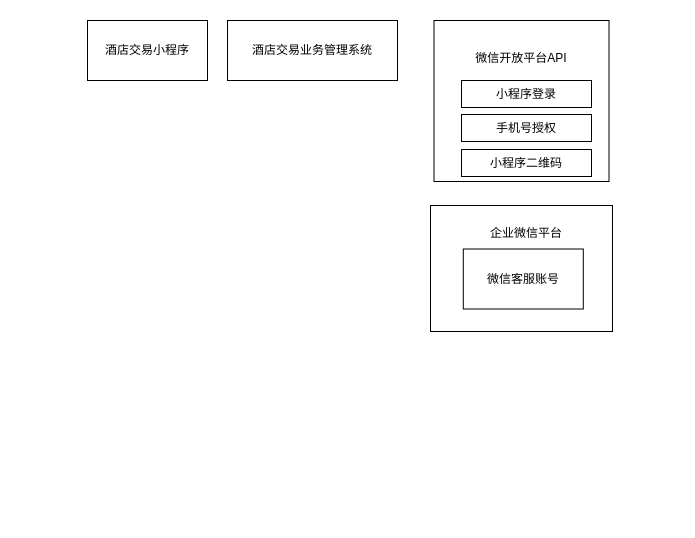
Above: 系统架构图.drawio in kivawjc/decade (draw.io), before the change. Source tidied: cells renumbered, new cells numbered last; positions are measured from the earlier drawing's top-left corner, leaving out a move shared by most shapes. Both pictures are drawn from the tidied source at 100%, with x=0, y=0 at pixel (87, 20). Pictures stored in the file or linked from it are replaced by grey dashed boxes.
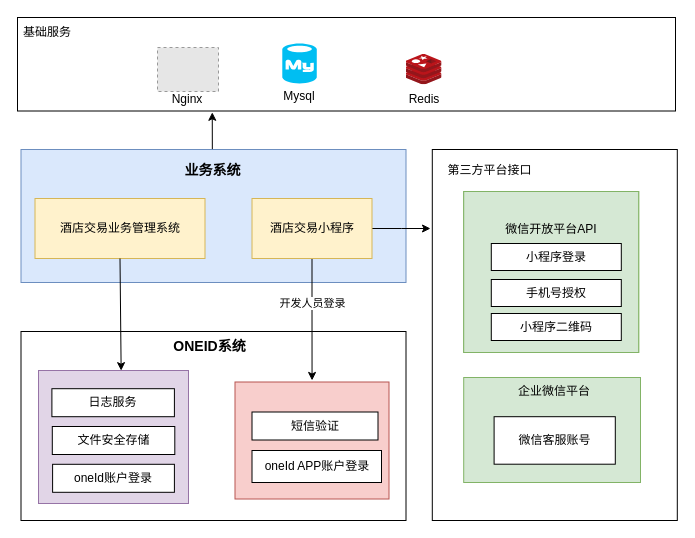
The same diagram, later.

Commit message (it also covers changes not shown here):
更新系统架构图.drawio

Diff of the diagram source:
```diff
@@
-    <mxCell id="2" value="酒店交易业务管理系统" style="rounded=0;whiteSpace=wrap;html=1;" parent="1" vertex="1">
-      <mxGeometry x="140" width="170" height="60" as="geometry" />
-    </mxCell>
-    <mxCell id="3" value="酒店交易小程序" style="rounded=0;whiteSpace=wrap;html=1;" parent="1" vertex="1">
-      <mxGeometry width="120" height="60" as="geometry" />
-    </mxCell>
+    <mxCell id="13" style="rounded=0;whiteSpace=wrap;html=1;" parent="1" vertex="1">
+      <mxGeometry x="-66.5" y="311" width="385" height="189" as="geometry" />
+    </mxCell>
+    <mxCell id="14" style="rounded=0;whiteSpace=wrap;html=1;fillColor=#f8cecc;strokeColor=#b85450;" parent="1" vertex="1">
+      <mxGeometry x="147.5" y="361.5" width="154" height="117" as="geometry" />
+    </mxCell>
+    <mxCell id="15" style="rounded=0;whiteSpace=wrap;html=1;" parent="1" vertex="1">
+      <mxGeometry x="344.8" y="129" width="245" height="371" as="geometry" />
+    </mxCell>
+    <mxCell id="16" style="group;fillColor=#d5e8d4;strokeColor=#82b366;" parent="1" vertex="1">
+      <mxGeometry x="376.2" y="171" width="175" height="161" as="geometry" />
+    </mxCell>
+    <mxCell id="17" value="&lt;font style=&quot;font-size: 14px;&quot;&gt;&lt;b&gt;ONEID系统&lt;/b&gt;&lt;/font&gt;" style="text;html=1;strokeColor=none;fillColor=none;align=center;verticalAlign=middle;whiteSpace=wrap;rounded=0;" parent="1" vertex="1">
+      <mxGeometry x="84" y="311" width="77" height="30" as="geometry" />
+    </mxCell>
+    <mxCell id="18" value="短信验证" style="rounded=0;whiteSpace=wrap;html=1;" parent="1" vertex="1">
+      <mxGeometry x="164.5" y="391.5" width="126" height="28" as="geometry" />
+    </mxCell>
+    <mxCell id="19" value="oneId APP账户登录" style="rounded=0;whiteSpace=wrap;html=1;" parent="1" vertex="1">
+      <mxGeometry x="164.5" y="430" width="129.5" height="32" as="geometry" />
+    </mxCell>
+    <mxCell id="20" value="第三方平台接口" style="text;html=1;strokeColor=none;fillColor=none;align=center;verticalAlign=middle;whiteSpace=wrap;rounded=0;" parent="1" vertex="1">
+      <mxGeometry x="350" y="129" width="105" height="42" as="geometry" />
+    </mxCell>
-    <mxCell id="4" style="rounded=0;whiteSpace=wrap;html=1;" parent="1" vertex="1">
-      <mxGeometry x="346.5" width="175" height="161" as="geometry" />
+    <mxCell id="4" style="rounded=0;whiteSpace=wrap;html=1;fillColor=#d5e8d4;strokeColor=#82b366;" parent="1" vertex="1">
+      <mxGeometry x="376.2" y="171" width="175" height="161" as="geometry" />
     </mxCell>
     <mxCell id="5" value="微信开放平台API" style="text;html=1;strokeColor=none;fillColor=none;align=center;verticalAlign=middle;whiteSpace=wrap;rounded=0;" parent="1" vertex="1">
-      <mxGeometry x="385" y="31" width="98" height="14" as="geometry" />
+      <mxGeometry x="414.8" y="202" width="98" height="14" as="geometry" />
     </mxCell>
     <mxCell id="6" value="小程序登录" style="rounded=0;whiteSpace=wrap;html=1;" parent="1" vertex="1">
-      <mxGeometry x="374" y="60" width="130" height="27" as="geometry" />
+      <mxGeometry x="403.8" y="223" width="130" height="27" as="geometry" />
     </mxCell>
     <mxCell id="7" value="手机号授权" style="rounded=0;whiteSpace=wrap;html=1;" parent="1" vertex="1">
-      <mxGeometry x="374" y="94" width="130" height="27" as="geometry" />
+      <mxGeometry x="403.8" y="259" width="130" height="27" as="geometry" />
     </mxCell>
     <mxCell id="8" value="小程序二维码" style="rounded=0;whiteSpace=wrap;html=1;" parent="1" vertex="1">
-      <mxGeometry x="374" y="129" width="130" height="27" as="geometry" />
+      <mxGeometry x="403.8" y="293" width="130" height="27" as="geometry" />
     </mxCell>
-    <mxCell id="9" style="group;" parent="1" vertex="1">
-      <mxGeometry x="343" y="185" width="182" height="126" as="geometry" />
-    </mxCell>
-    <mxCell id="10" style="rounded=0;whiteSpace=wrap;html=1;" parent="9" vertex="1">
-      <mxGeometry width="182" height="126" as="geometry" />
+    <mxCell id="10" style="rounded=0;whiteSpace=wrap;html=1;fillColor=#d5e8d4;strokeColor=#82b366;" parent="1" vertex="1">
+      <mxGeometry x="376.2" y="357" width="176.8" height="105" as="geometry" />
     </mxCell>
-    <mxCell id="11" value="微信客服账号" style="rounded=0;whiteSpace=wrap;html=1;" parent="9" vertex="1">
-      <mxGeometry x="32.8" y="43.5" width="120" height="60" as="geometry" />
+    <mxCell id="11" value="微信客服账号" style="rounded=0;whiteSpace=wrap;html=1;" parent="1" vertex="1">
+      <mxGeometry x="406.6" y="396.2" width="121.2" height="47.5" as="geometry" />
     </mxCell>
-    <mxCell id="12" value="企业微信平台" style="text;html=1;strokeColor=none;fillColor=none;align=center;verticalAlign=middle;whiteSpace=wrap;rounded=0;" parent="9" vertex="1">
-      <mxGeometry x="54" y="14" width="84" height="28" as="geometry" />
+    <mxCell id="12" value="企业微信平台" style="text;html=1;strokeColor=none;fillColor=none;align=center;verticalAlign=middle;whiteSpace=wrap;rounded=0;" parent="1" vertex="1">
+      <mxGeometry x="425.2" y="357" width="84" height="28" as="geometry" />
     </mxCell>
+    <mxCell id="21" style="rounded=0;whiteSpace=wrap;html=1;fillColor=#dae8fc;strokeColor=#6c8ebf;" parent="1" vertex="1">
+      <mxGeometry x="-66.5" y="129" width="385" height="133" as="geometry" />
+    </mxCell>
+    <mxCell id="22" value="&lt;font style=&quot;font-size: 14px;&quot;&gt;&lt;b&gt;业务系统&lt;/b&gt;&lt;/font&gt;" style="text;html=1;strokeColor=none;fillColor=none;align=center;verticalAlign=middle;whiteSpace=wrap;rounded=0;" parent="1" vertex="1">
+      <mxGeometry x="95.4" y="135" width="61.1" height="30" as="geometry" />
+    </mxCell>
+    <mxCell id="23" style="edgeStyle=orthogonalEdgeStyle;rounded=0;jettySize=auto;html=1;" parent="1" edge="1" source="3">
+      <mxGeometry relative="1" as="geometry">
+        <mxPoint x="343" y="208" as="targetPoint" />
+      </mxGeometry>
+    </mxCell>
+    <mxCell id="24" style="edgeStyle=orthogonalEdgeStyle;rounded=0;jettySize=auto;html=1;entryX=0.756;entryY=0.259;entryDx=0;entryDy=0;entryPerimeter=0;" parent="1" edge="1" source="3" target="13">
+      <mxGeometry relative="1" as="geometry" />
+    </mxCell>
+    <mxCell id="25" value="开发人员登录" style="edgeLabel;html=1;align=center;verticalAlign=middle;" parent="24" vertex="1">
+      <mxGeometry x="-0.4" relative="1" as="geometry">
+        <mxPoint y="8" as="offset" />
+      </mxGeometry>
+    </mxCell>
+    <mxCell id="3" value="酒店交易小程序" style="rounded=0;whiteSpace=wrap;html=1;fillColor=#fff2cc;strokeColor=#d6b656;" parent="1" vertex="1">
+      <mxGeometry x="164.5" y="178" width="120" height="60" as="geometry" />
+    </mxCell>
+    <mxCell id="2" value="酒店交易业务管理系统" style="rounded=0;whiteSpace=wrap;html=1;fillColor=#fff2cc;strokeColor=#d6b656;" parent="1" vertex="1">
+      <mxGeometry x="-52.5" y="178" width="170" height="60" as="geometry" />
+    </mxCell>
+    <mxCell id="26" style="endArrow=classic;html=1;rounded=0;exitX=0.5;exitY=1;exitDx=0;exitDy=0;entryX=0.551;entryY=0.001;entryDx=0;entryDy=0;entryPerimeter=0;" parent="1" edge="1" source="2" target="27">
+      <mxGeometry relative="1" as="geometry" />
+    </mxCell>
+    <mxCell id="27" style="rounded=0;whiteSpace=wrap;html=1;fillColor=#e1d5e7;strokeColor=#9673a6;" parent="1" vertex="1">
+      <mxGeometry x="-49" y="350" width="150" height="133" as="geometry" />
+    </mxCell>
+    <mxCell id="28" value="日志服务" style="rounded=0;whiteSpace=wrap;html=1;" parent="1" vertex="1">
+      <mxGeometry x="-35.6" y="368.2" width="122.5" height="28" as="geometry" />
+    </mxCell>
+    <mxCell id="29" value="oneId账户登录" style="rounded=0;whiteSpace=wrap;html=1;" parent="1" vertex="1">
+      <mxGeometry x="-34.9" y="443.8" width="121.8" height="28" as="geometry" />
+    </mxCell>
+    <mxCell id="30" value="文件安全存储" style="rounded=0;whiteSpace=wrap;html=1;" parent="1" vertex="1">
+      <mxGeometry x="-35.2" y="406" width="122.5" height="28" as="geometry" />
+    </mxCell>
+    <mxCell id="31" style="group;" parent="1" vertex="1">
+      <mxGeometry x="-70" y="-3" width="658" height="97.4" as="geometry" />
+    </mxCell>
+    <mxCell id="32" style="rounded=0;whiteSpace=wrap;html=1;" parent="31" vertex="1">
+      <mxGeometry width="658" height="93.5" as="geometry" />
+    </mxCell>
+    <mxCell id="33" value="基础服务" style="text;html=1;strokeColor=none;fillColor=none;align=center;verticalAlign=middle;whiteSpace=wrap;rounded=0;" parent="31" vertex="1">
+      <mxGeometry width="60" height="30" as="geometry" />
+    </mxCell>
+    <mxCell id="34" style="group;" parent="31" vertex="1">
+      <mxGeometry x="140" y="30" width="61" height="67.4" as="geometry" />
+    </mxCell>
+    <mxCell id="35" style="fillColor=#E6E6E6;strokeColor=#999999;dashed=1;verticalLabelPosition=bottom;labelBackgroundColor=default;verticalAlign=top;" parent="34" vertex="1">
+      <mxGeometry width="61" height="44" as="geometry" />
+    </mxCell>
+    <mxCell id="36" value="Nginx" style="text;html=1;strokeColor=none;fillColor=none;align=center;verticalAlign=middle;whiteSpace=wrap;rounded=0;" parent="34" vertex="1">
+      <mxGeometry y="37.4" width="60" height="30" as="geometry" />
+    </mxCell>
+    <mxCell id="37" style="group;" parent="31" vertex="1">
+      <mxGeometry x="376.5" y="37.1" width="60" height="60.2" as="geometry" />
+    </mxCell>
+    <mxCell id="38" style="image;sketch=0;html=1;align=center;fontSize=12;image=img/lib/mscae/Cache_Redis_Product.svg;" parent="37" vertex="1">
+      <mxGeometry x="12" width="36" height="30.2" as="geometry" />
+    </mxCell>
+    <mxCell id="39" value="Redis" style="text;html=1;strokeColor=none;fillColor=none;align=center;verticalAlign=middle;whiteSpace=wrap;rounded=0;" parent="37" vertex="1">
+      <mxGeometry y="30.2" width="60" height="30" as="geometry" />
+    </mxCell>
+    <mxCell id="40" style="group;" parent="31" vertex="1">
+      <mxGeometry x="252" y="26.1" width="60" height="67.4" as="geometry" />
+    </mxCell>
+    <mxCell id="41" style="verticalLabelPosition=bottom;html=1;verticalAlign=top;align=center;strokeColor=none;fillColor=#00BEF2;shape=mxgraph.azure.mysql_database;" parent="40" vertex="1">
+      <mxGeometry x="12.8" width="34.5" height="40" as="geometry" />
+    </mxCell>
+    <mxCell id="42" value="Mysql" style="text;html=1;strokeColor=none;fillColor=none;align=center;verticalAlign=middle;whiteSpace=wrap;rounded=0;" parent="40" vertex="1">
+      <mxGeometry y="37.4" width="60" height="30" as="geometry" />
+    </mxCell>
+    <mxCell id="43" style="endArrow=classic;html=1;rounded=0;entryX=0.296;entryY=1.014;entryDx=0;entryDy=0;entryPerimeter=0;exitX=0.497;exitY=-0.003;exitDx=0;exitDy=0;exitPerimeter=0;" parent="1" edge="1" source="21" target="32">
+      <mxGeometry relative="1" as="geometry" />
+    </mxCell>
```
